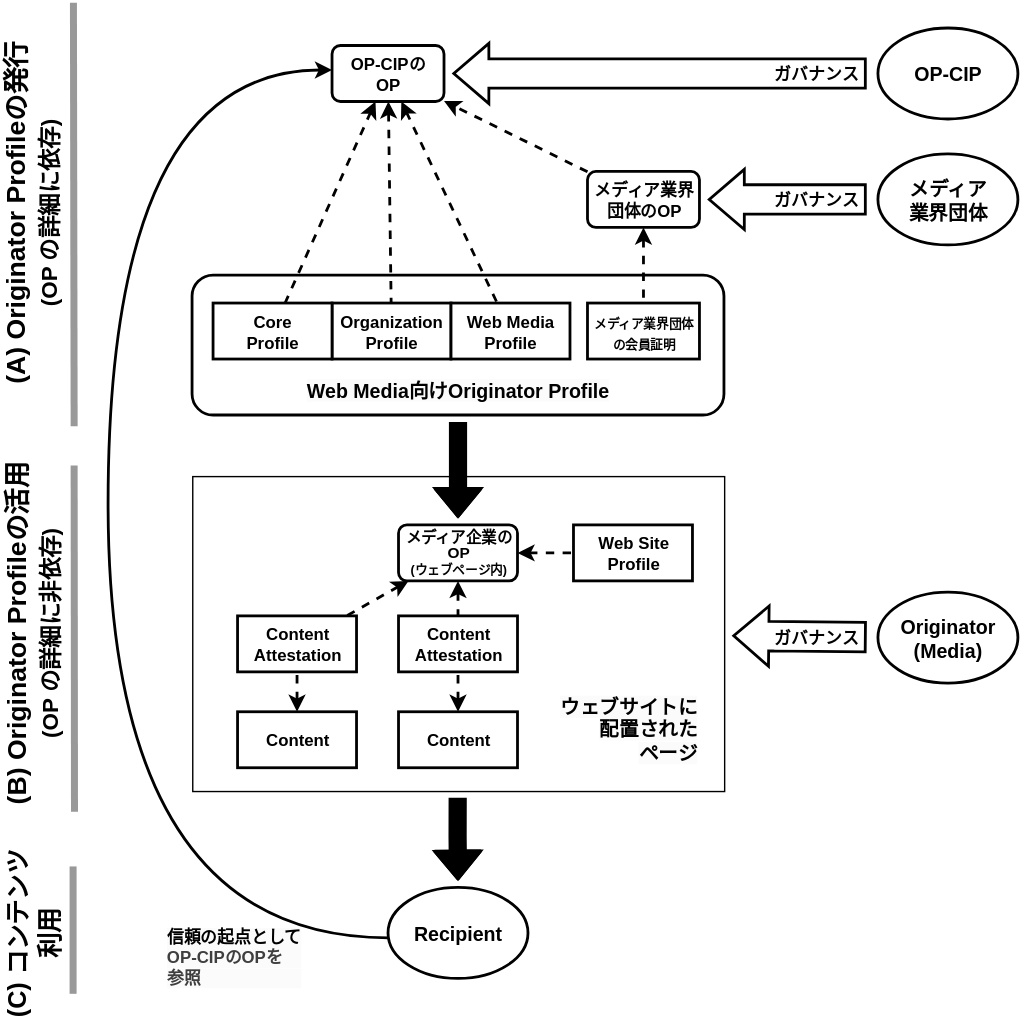
Above: Drawings/Governance-Simplified-OP-Current-Japan.ja.drawio.svg in originator-profile/docs.originator-profile.org (draw.io), before the change. Source tidied: cells renumbered, new cells last; positions are measured from the earlier drawing's top-left corner, leaving out a move shared by most shapes. Source of this version:
```xml
<mxGraphModel>
  <root>
    <mxCell id="0" />
    <mxCell id="1" parent="0" />
    <mxCell id="2" value="&lt;span style=&quot;scrollbar-color: rgb(226, 226, 226) rgb(251, 251, 251); font-weight: 700; background-color: rgb(251, 251, 251); float: none; color: rgb(0, 0, 0); display: inline !important;&quot;&gt;信頼の起点として&lt;/span&gt;&lt;div&gt;&lt;div style=&quot;scrollbar-color: rgb(226, 226, 226) rgb(251, 251, 251); font-weight: 700; background-color: rgb(251, 251, 251); color: rgb(63, 63, 63);&quot;&gt;OP-CIPのOPを&lt;/div&gt;&lt;div style=&quot;scrollbar-color: rgb(226, 226, 226) rgb(251, 251, 251); font-weight: 700; background-color: rgb(251, 251, 251); color: rgb(63, 63, 63);&quot;&gt;参照&lt;/div&gt;&lt;/div&gt;" style="text;html=1;align=left;verticalAlign=middle;whiteSpace=wrap;rounded=0;" parent="1" vertex="1">
      <mxGeometry x="243" y="667" width="150" height="30" as="geometry" />
    </mxCell>
    <mxCell id="3" style="whiteSpace=wrap;html=1;" parent="1" vertex="1">
      <mxGeometry x="263" y="338" width="380" height="225" as="geometry" />
    </mxCell>
    <mxCell id="4" style="rounded=1;whiteSpace=wrap;html=1;strokeWidth=2;" parent="1" vertex="1">
      <mxGeometry x="263" y="194.5" width="380" height="100" as="geometry" />
    </mxCell>
    <mxCell id="5" value="&lt;b&gt;Organization&lt;br&gt;Profile&lt;br&gt;&lt;/b&gt;" style="rounded=0;whiteSpace=wrap;html=1;strokeWidth=2;" parent="1" vertex="1">
      <mxGeometry x="363" y="214.5" width="85" height="40" as="geometry" />
    </mxCell>
    <mxCell id="6" value="&lt;b&gt;Core&lt;br&gt;Profile&lt;/b&gt;" style="rounded=0;whiteSpace=wrap;html=1;strokeWidth=2;" parent="1" vertex="1">
      <mxGeometry x="278" y="214.5" width="85" height="40" as="geometry" />
    </mxCell>
    <mxCell id="7" style="endArrow=none;html=1;rounded=0;strokeWidth=2;startArrow=classic;startFill=1;endFill=0;dashed=1;" parent="1" edge="1" source="11" target="5">
      <mxGeometry relative="1" as="geometry" />
    </mxCell>
    <mxCell id="8" style="endArrow=none;html=1;rounded=0;strokeWidth=2;startArrow=classic;startFill=1;endFill=0;dashed=1;align=right;" parent="1" edge="1" source="11" target="6">
      <mxGeometry x="0.01" relative="1" as="geometry" />
    </mxCell>
    <mxCell id="9" value="&lt;div&gt;&lt;b&gt;&lt;font style=&quot;font-size: 9px;&quot;&gt;メディア業界団体の会員証明&lt;/font&gt;&lt;/b&gt;&lt;/div&gt;" style="rounded=0;whiteSpace=wrap;html=1;strokeWidth=2;" parent="1" vertex="1">
      <mxGeometry x="545.5" y="214.5" width="80" height="40" as="geometry" />
    </mxCell>
    <mxCell id="10" style="endArrow=none;html=1;rounded=0;strokeWidth=2;startArrow=classic;startFill=1;endFill=0;dashed=1;" parent="1" edge="1" source="12" target="9">
      <mxGeometry relative="1" as="geometry" />
    </mxCell>
    <mxCell id="11" value="&lt;b&gt;OP-CIPの&lt;br&gt;OP&lt;/b&gt;" style="rounded=1;whiteSpace=wrap;html=1;strokeWidth=2;" parent="1" vertex="1">
      <mxGeometry x="363" y="30.5" width="80" height="40" as="geometry" />
    </mxCell>
    <mxCell id="12" value="&lt;b&gt;メディア業界団体のOP&lt;/b&gt;" style="rounded=1;whiteSpace=wrap;html=1;strokeWidth=2;fontSize=12;" parent="1" vertex="1">
      <mxGeometry x="545.5" y="120.5" width="80" height="40" as="geometry" />
    </mxCell>
    <mxCell id="13" style="endArrow=classic;html=1;rounded=0;strokeWidth=2;dashed=1;" parent="1" edge="1" source="12" target="11">
      <mxGeometry relative="1" as="geometry" />
    </mxCell>
    <mxCell id="14" value="&lt;span style=&quot;color: rgb(0, 0, 0); font-family: Helvetica; font-style: normal; font-variant-ligatures: normal; font-variant-caps: normal; font-weight: 700; letter-spacing: normal; orphans: 2; text-indent: 0px; text-transform: none; widows: 2; word-spacing: 0px; -webkit-text-stroke-width: 0px; background-color: rgb(251, 251, 251); text-decoration-thickness: initial; text-decoration-style: initial; text-decoration-color: initial; float: none; display: inline !important;&quot;&gt;&lt;font&gt;Web Media向けOriginator Profile&lt;/font&gt;&lt;/span&gt;" style="text;whiteSpace=wrap;html=1;align=center;strokeWidth=2;fontSize=14;" parent="1" vertex="1">
      <mxGeometry x="263" y="262" width="380" height="30" as="geometry" />
    </mxCell>
    <mxCell id="15" value="&lt;b&gt;Content Attestation&lt;/b&gt;" style="rounded=0;whiteSpace=wrap;html=1;strokeWidth=2;" parent="1" vertex="1">
      <mxGeometry x="295.5" y="438" width="85" height="40" as="geometry" />
    </mxCell>
    <mxCell id="16" value="&lt;b&gt;Content&lt;/b&gt;" style="rounded=0;whiteSpace=wrap;html=1;strokeWidth=2;" parent="1" vertex="1">
      <mxGeometry x="295.5" y="506.5" width="85" height="40" as="geometry" />
    </mxCell>
    <mxCell id="17" style="endArrow=none;html=1;rounded=0;strokeWidth=2;startArrow=classic;startFill=1;endFill=0;dashed=1;" parent="1" edge="1" source="16" target="15">
      <mxGeometry relative="1" as="geometry" />
    </mxCell>
    <mxCell id="18" style="endArrow=none;html=1;rounded=0;strokeWidth=2;startArrow=classic;startFill=1;endFill=0;dashed=1;" parent="1" edge="1" source="30" target="15">
      <mxGeometry relative="1" as="geometry" />
    </mxCell>
    <mxCell id="19" value="&lt;b&gt;OP-CIP&lt;/b&gt;" style="ellipse;whiteSpace=wrap;html=1;strokeWidth=2;fontSize=14;" parent="1" vertex="1">
      <mxGeometry x="753" y="18" width="100" height="65" as="geometry" />
    </mxCell>
    <mxCell id="20" style="shape=flexArrow;endArrow=classic;html=1;rounded=0;width=20;endSize=7.68;strokeWidth=2;fillColor=default;sourcePerimeterSpacing=8;targetPerimeterSpacing=6;" parent="1" edge="1" source="19" target="11">
      <mxGeometry relative="1" as="geometry" />
    </mxCell>
    <mxCell id="21" value="ガバナンス" style="edgeLabel;html=1;align=right;verticalAlign=middle;fontStyle=1;fontSize=12;" parent="20" vertex="1">
      <mxGeometry x="-1" relative="1" as="geometry">
        <mxPoint x="-6" as="offset" />
      </mxGeometry>
    </mxCell>
    <mxCell id="22" value="&lt;b&gt;メディア&lt;/b&gt;&lt;div&gt;&lt;b&gt;業界団体&lt;/b&gt;&lt;/div&gt;" style="ellipse;whiteSpace=wrap;html=1;strokeWidth=2;fontSize=14;" parent="1" vertex="1">
      <mxGeometry x="753" y="108" width="100" height="65" as="geometry" />
    </mxCell>
    <mxCell id="23" style="shape=flexArrow;endArrow=classic;html=1;rounded=0;width=20;endSize=7.68;strokeWidth=2;fillColor=default;targetPerimeterSpacing=6;sourcePerimeterSpacing=8;" parent="1" edge="1" source="22" target="12">
      <mxGeometry relative="1" as="geometry" />
    </mxCell>
    <mxCell id="24" value="ガバナンス" style="edgeLabel;html=1;align=right;verticalAlign=middle;fontStyle=1;fontSize=12;" parent="23" vertex="1">
      <mxGeometry x="-1" relative="1" as="geometry">
        <mxPoint x="-6" as="offset" />
      </mxGeometry>
    </mxCell>
    <mxCell id="25" value="&lt;b&gt;Web Media&lt;/b&gt;&lt;div&gt;&lt;b&gt;Profile&lt;/b&gt;&lt;/div&gt;" style="rounded=0;whiteSpace=wrap;html=1;strokeWidth=2;" parent="1" vertex="1">
      <mxGeometry x="448" y="214.5" width="85" height="40" as="geometry" />
    </mxCell>
    <mxCell id="26" style="endArrow=none;html=1;rounded=0;strokeWidth=2;startArrow=classic;startFill=1;endFill=0;dashed=1;" parent="1" edge="1" source="11" target="25">
      <mxGeometry relative="1" as="geometry" />
    </mxCell>
    <mxCell id="27" value="&lt;b&gt;Web Site&lt;/b&gt;&lt;div&gt;&lt;b&gt;Profile&lt;/b&gt;&lt;/div&gt;" style="rounded=0;whiteSpace=wrap;html=1;strokeWidth=2;" parent="1" vertex="1">
      <mxGeometry x="535.5" y="373" width="85" height="40" as="geometry" />
    </mxCell>
    <mxCell id="28" value="&lt;span style=&quot;background-color: rgb(251, 251, 251);&quot;&gt;&lt;b&gt;ウェブサイトに&lt;/b&gt;&lt;/span&gt;&lt;div&gt;&lt;span style=&quot;background-color: rgb(251, 251, 251);&quot;&gt;&lt;b&gt;配置された&lt;/b&gt;&lt;/span&gt;&lt;/div&gt;&lt;div&gt;&lt;span style=&quot;background-color: rgb(251, 251, 251);&quot;&gt;&lt;b&gt;ページ&lt;/b&gt;&lt;/span&gt;&lt;/div&gt;" style="text;whiteSpace=wrap;html=1;align=right;strokeWidth=2;fontSize=14;verticalAlign=bottom;" parent="1" vertex="1">
      <mxGeometry x="523" y="488" width="102.5" height="58.5" as="geometry" />
    </mxCell>
    <mxCell id="29" style="endArrow=none;html=1;rounded=0;strokeWidth=2;startArrow=classic;startFill=1;endFill=0;dashed=1;" parent="1" edge="1" source="30" target="27">
      <mxGeometry relative="1" as="geometry" />
    </mxCell>
    <mxCell id="30" value="&lt;div style=&quot;line-height: 90%;&quot;&gt;&lt;b&gt;&lt;font style=&quot;font-size: 11px; line-height: 90%;&quot;&gt;メディア企業のOP&lt;/font&gt;&lt;/b&gt;&lt;div&gt;&lt;b&gt;&lt;font style=&quot;font-size: 9px; line-height: 90%;&quot;&gt;(ウェブページ内)&lt;/font&gt;&lt;/b&gt;&lt;/div&gt;&lt;/div&gt;" style="rounded=1;whiteSpace=wrap;html=1;strokeWidth=2;" parent="1" vertex="1">
      <mxGeometry x="410.5" y="373" width="85" height="40" as="geometry" />
    </mxCell>
    <mxCell id="31" style="shape=flexArrow;endArrow=none;startArrow=classic;html=1;rounded=0;fillColor=#000000;strokeWidth=2;sourcePerimeterSpacing=5;targetPerimeterSpacing=5;endFill=0;" parent="1" edge="1" source="30" target="4">
      <mxGeometry relative="1" as="geometry">
        <Array as="points">
          <mxPoint x="453" y="328" />
        </Array>
      </mxGeometry>
    </mxCell>
    <mxCell id="32" value="&lt;b&gt;Content Attestation&lt;/b&gt;" style="rounded=0;whiteSpace=wrap;html=1;strokeWidth=2;" parent="1" vertex="1">
      <mxGeometry x="410.5" y="438" width="85" height="40" as="geometry" />
    </mxCell>
    <mxCell id="33" value="&lt;b&gt;Content&lt;/b&gt;" style="rounded=0;whiteSpace=wrap;html=1;strokeWidth=2;" parent="1" vertex="1">
      <mxGeometry x="410.5" y="506.5" width="85" height="40" as="geometry" />
    </mxCell>
    <mxCell id="34" style="endArrow=none;html=1;rounded=0;strokeWidth=2;startArrow=classic;startFill=1;endFill=0;dashed=1;" parent="1" edge="1" source="33" target="32">
      <mxGeometry relative="1" as="geometry" />
    </mxCell>
    <mxCell id="35" style="endArrow=none;html=1;rounded=0;strokeWidth=2;startArrow=classic;startFill=1;endFill=0;dashed=1;" parent="1" edge="1" source="30" target="32">
      <mxGeometry relative="1" as="geometry" />
    </mxCell>
    <mxCell id="36" value="&lt;b&gt;Originator&lt;/b&gt;&lt;div&gt;&lt;b&gt;(Media)&lt;/b&gt;&lt;/div&gt;" style="ellipse;whiteSpace=wrap;html=1;strokeWidth=2;fontSize=14;" parent="1" vertex="1">
      <mxGeometry x="753" y="421" width="100" height="65" as="geometry" />
    </mxCell>
    <mxCell id="37" style="shape=flexArrow;endArrow=classic;html=1;rounded=0;width=20;endSize=7.68;strokeWidth=2;fillColor=default;targetPerimeterSpacing=6;sourcePerimeterSpacing=8;" parent="1" edge="1" source="36" target="3">
      <mxGeometry relative="1" as="geometry" />
    </mxCell>
    <mxCell id="38" value="ガバナンス" style="edgeLabel;html=1;align=right;verticalAlign=middle;fontStyle=1;fontSize=12;" parent="37" vertex="1">
      <mxGeometry x="-1" relative="1" as="geometry">
        <mxPoint x="-6" as="offset" />
      </mxGeometry>
    </mxCell>
    <mxCell id="39" style="endArrow=none;html=1;rounded=0;strokeWidth=5;strokeColor=#999999;" parent="1" edge="1">
      <mxGeometry relative="1" as="geometry">
        <mxPoint x="179" y="578" as="sourcePoint" />
        <mxPoint x="178.8" y="330.5" as="targetPoint" />
      </mxGeometry>
    </mxCell>
    <mxCell id="40" style="endArrow=none;html=1;rounded=0;strokeWidth=5;strokeColor=#999999;" parent="1" edge="1">
      <mxGeometry relative="1" as="geometry">
        <mxPoint x="178.8" y="302.5" as="sourcePoint" />
        <mxPoint x="178.2" as="targetPoint" />
      </mxGeometry>
    </mxCell>
    <mxCell id="41" value="(B) Originator Profileの活用&lt;br&gt;&lt;font style=&quot;font-size: 16px;&quot;&gt;(OP の詳細に非依存)&lt;/font&gt;" style="text;strokeColor=none;align=center;fillColor=none;html=1;verticalAlign=middle;whiteSpace=wrap;rounded=0;fontSize=19;fontStyle=1;rotation=270;" parent="1" vertex="1">
      <mxGeometry x="18.9" y="435.5" width="259.6" height="30" as="geometry" />
    </mxCell>
    <mxCell id="42" value="(A) Originator Profileの発行&lt;br&gt;&lt;font style=&quot;font-size: 16px;&quot;&gt;(OP の詳細に依存)&lt;/font&gt;" style="text;strokeColor=none;align=center;fillColor=none;html=1;verticalAlign=middle;whiteSpace=wrap;rounded=0;fontSize=19;fontStyle=1;rotation=270;" parent="1" vertex="1">
      <mxGeometry y="135" width="297.5" height="30" as="geometry" />
    </mxCell>
    <mxCell id="43" value="&lt;b&gt;Recipient&lt;/b&gt;" style="ellipse;whiteSpace=wrap;html=1;strokeWidth=2;fontSize=14;" parent="1" vertex="1">
      <mxGeometry x="403" y="632" width="100" height="65" as="geometry" />
    </mxCell>
    <mxCell id="44" style="shape=flexArrow;endArrow=none;startArrow=classic;html=1;rounded=0;fillColor=#000000;strokeWidth=2;sourcePerimeterSpacing=5;targetPerimeterSpacing=5;endFill=0;" parent="1" edge="1" source="43" target="3">
      <mxGeometry relative="1" as="geometry">
        <Array as="points">
          <mxPoint x="452.7" y="596" />
        </Array>
      </mxGeometry>
    </mxCell>
    <mxCell id="45" style="endArrow=classic;html=1;rounded=0;strokeWidth=2;edgeStyle=orthogonalEdgeStyle;curved=1;" parent="1" edge="1" source="43" target="11">
      <mxGeometry relative="1" as="geometry">
        <Array as="points">
          <mxPoint x="203" y="668" />
          <mxPoint x="203" y="48" />
        </Array>
      </mxGeometry>
    </mxCell>
    <mxCell id="46" style="endArrow=none;html=1;rounded=0;strokeWidth=5;strokeColor=#999999;" parent="1" edge="1">
      <mxGeometry relative="1" as="geometry">
        <mxPoint x="178" y="708" as="sourcePoint" />
        <mxPoint x="178" y="617" as="targetPoint" />
      </mxGeometry>
    </mxCell>
    <mxCell id="47" value="&lt;font style=&quot;font-size: 18px;&quot;&gt;(C) コンテンツ利用&lt;/font&gt;" style="text;strokeColor=none;align=center;fillColor=none;html=1;verticalAlign=middle;whiteSpace=wrap;rounded=0;fontSize=19;fontStyle=1;rotation=270;" parent="1" vertex="1">
      <mxGeometry x="83.2" y="649.5" width="131" height="30" as="geometry" />
    </mxCell>
  </root>
</mxGraphModel>
```
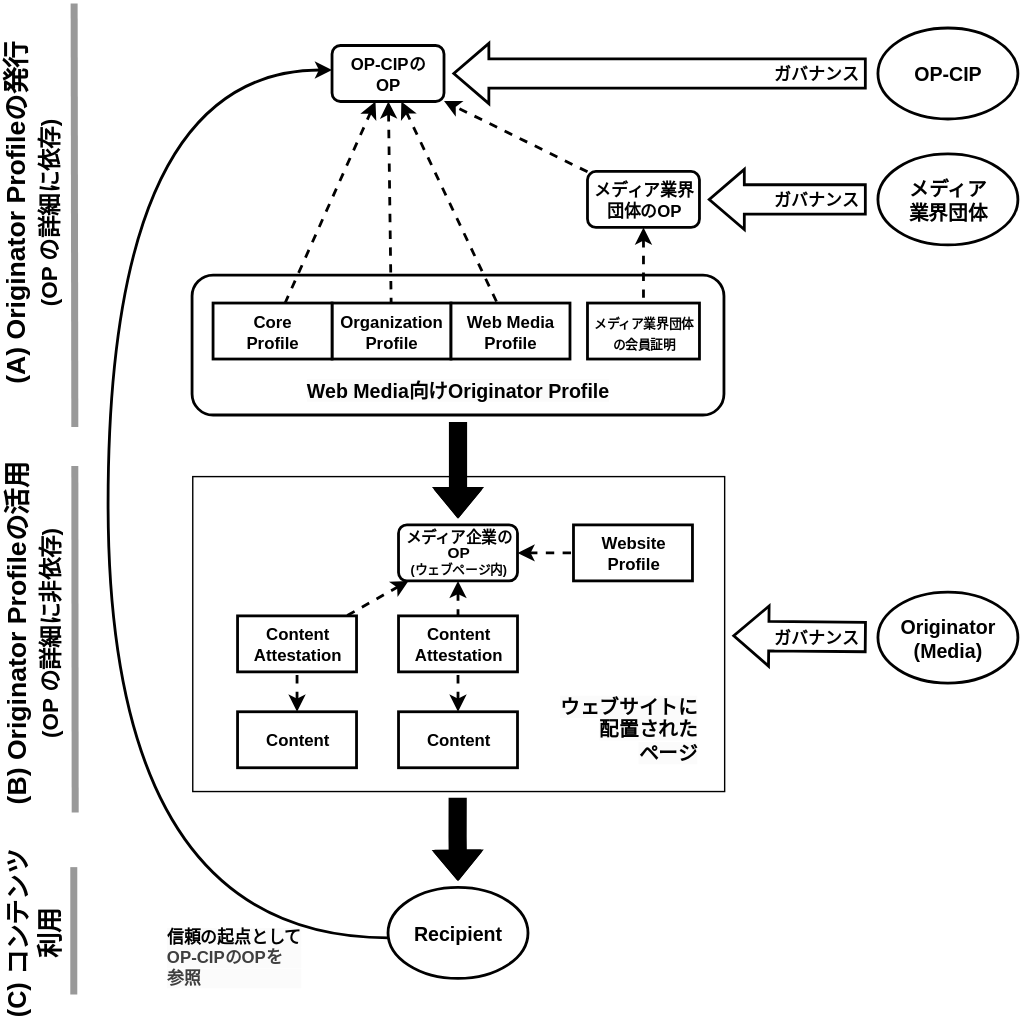
After the commit.

What changed in the source:
```diff
@@ -81,7 +81,7 @@
     <mxCell id="26" style="endArrow=none;html=1;rounded=0;strokeWidth=2;startArrow=classic;startFill=1;endFill=0;dashed=1;" parent="1" edge="1" source="11" target="25">
       <mxGeometry relative="1" as="geometry" />
     </mxCell>
-    <mxCell id="27" value="&lt;b&gt;Web Site&lt;/b&gt;&lt;div&gt;&lt;b&gt;Profile&lt;/b&gt;&lt;/div&gt;" style="rounded=0;whiteSpace=wrap;html=1;strokeWidth=2;" parent="1" vertex="1">
+    <mxCell id="27" value="&lt;b&gt;Website&lt;/b&gt;&lt;div&gt;&lt;b&gt;Profile&lt;/b&gt;&lt;/div&gt;" style="rounded=0;whiteSpace=wrap;html=1;strokeWidth=2;" parent="1" vertex="1">
       <mxGeometry x="535.5" y="373" width="85" height="40" as="geometry" />
     </mxCell>
     <mxCell id="28" value="&lt;span style=&quot;background-color: rgb(251, 251, 251);&quot;&gt;&lt;b&gt;ウェブサイトに&lt;/b&gt;&lt;/span&gt;&lt;div&gt;&lt;span style=&quot;background-color: rgb(251, 251, 251);&quot;&gt;&lt;b&gt;配置された&lt;/b&gt;&lt;/span&gt;&lt;/div&gt;&lt;div&gt;&lt;span style=&quot;background-color: rgb(251, 251, 251);&quot;&gt;&lt;b&gt;ページ&lt;/b&gt;&lt;/span&gt;&lt;/div&gt;" style="text;whiteSpace=wrap;html=1;align=right;strokeWidth=2;fontSize=14;verticalAlign=bottom;" parent="1" vertex="1">
```
